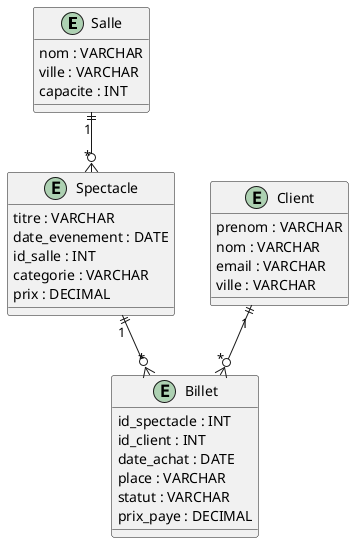
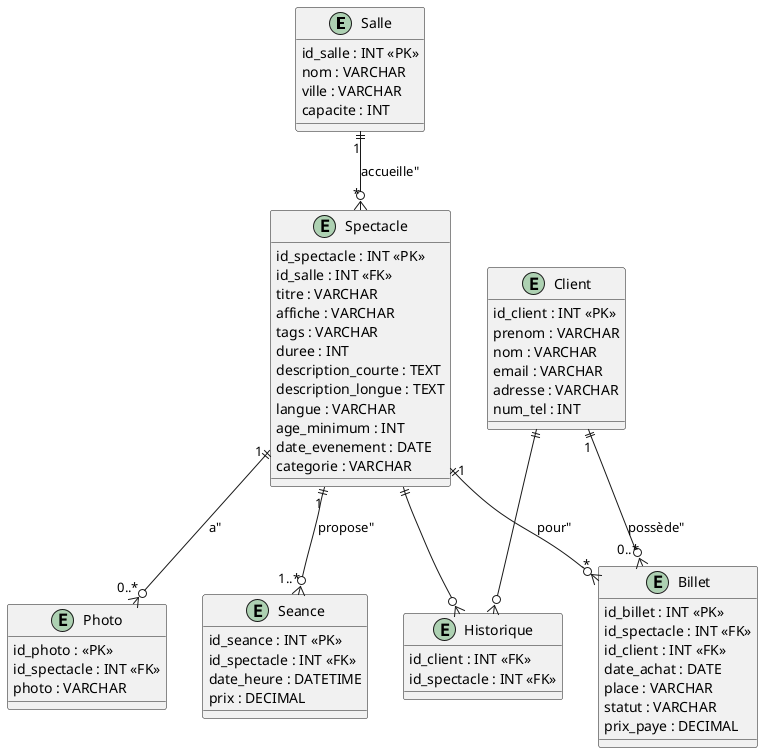
@startuml

entity "Salle" as salle {
+   id_salle : INT <<PK>>
  nom : VARCHAR
  ville : VARCHAR
  capacite : INT
}

entity "Spectacle" as spectacle {
+   id_spectacle : INT <<PK>>
+   id_salle : INT <<FK>>
  titre : VARCHAR
+   affiche : VARCHAR
+   tags : VARCHAR
+   duree : INT
+   description_courte : TEXT
+   description_longue : TEXT
+   langue : VARCHAR
+   age_minimum : INT
  date_evenement : DATE
-   id_salle : INT
  categorie : VARCHAR
+ }
+ 
+ entity "Photo" as photo {
+   id_photo : <<PK>>
+   id_spectacle : INT <<FK>>
+   photo : VARCHAR
+ }
+ 
+ entity "Seance" as seance {
+   id_seance : INT <<PK>>
+   id_spectacle : INT <<FK>>
+   date_heure : DATETIME
  prix : DECIMAL
}

entity "Client" as client {
+   id_client : INT <<PK>>
  prenom : VARCHAR
  nom : VARCHAR
  email : VARCHAR
-   ville : VARCHAR
+   adresse : VARCHAR
+   num_tel : INT
+ }
+ 
+ entity "Historique" as historique {
+   id_client : INT <<FK>>
+   id_spectacle : INT <<FK>>
}

entity "Billet" as billet {
-   id_spectacle : INT
-   id_client : INT
+   id_billet : INT <<PK>>
+   id_spectacle : INT <<FK>>
+   id_client : INT <<FK>>
  date_achat : DATE
  place : VARCHAR
  statut : VARCHAR
  prix_paye : DECIMAL
}

- salle "1" ||--o{ "*" spectacle
- spectacle "1" ||--o{ "*" billet
- client "1" ||--o{ "*" billet
+ spectacle ||--o{ historique
+ client ||--o{ historique
+ spectacle "1"||--o{ "*" billet : pour"
+ client "1" ||--o{ "0..*" billet : possède"
+ salle "1" ||--o{ "*" spectacle : accueille"
+ spectacle "1" ||--o{ "0..*" photo : a"
+ spectacle "1" ||--o{ "1..*" seance : propose"

@enduml
